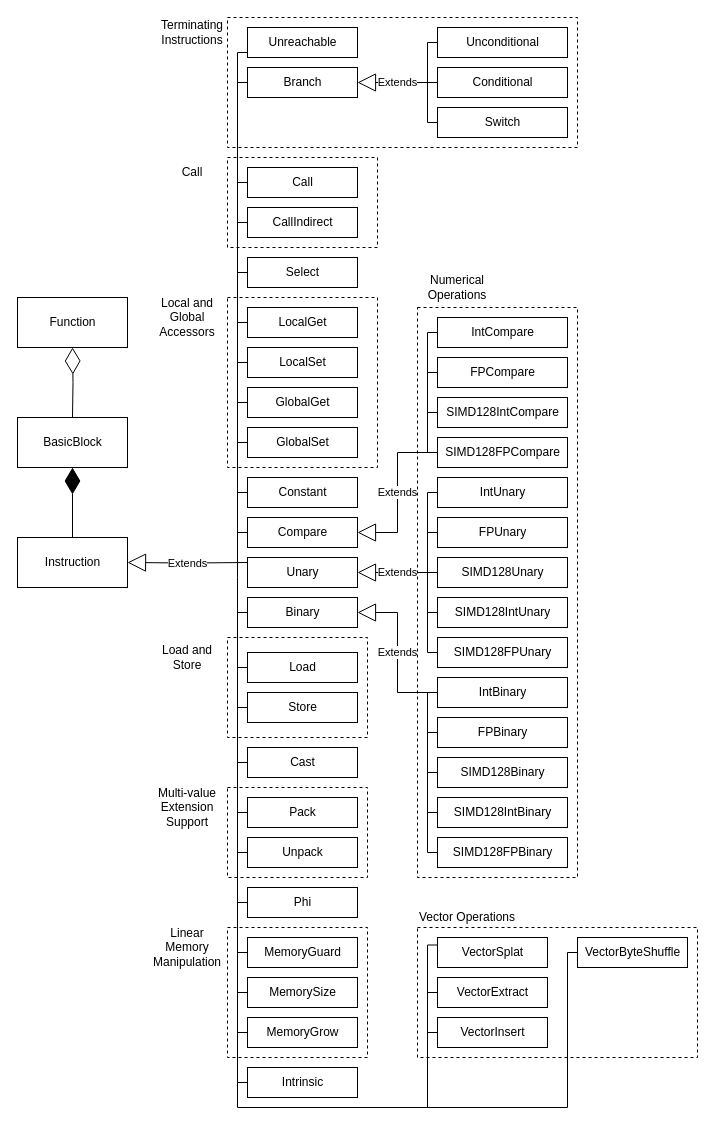
NineKa/sable-wasm-thesis keeps this draw.io diagram as Images/4.MIR/sablewasm-instruction.drawio. Above is the earlier version. Source tidied: cells renumbered, new cells numbered last; positions are measured from the earlier drawing's top-left corner, leaving out a move shared by most shapes. Both pictures are drawn from the tidied source at 100%, with x=0, y=0 at pixel (17, 17).
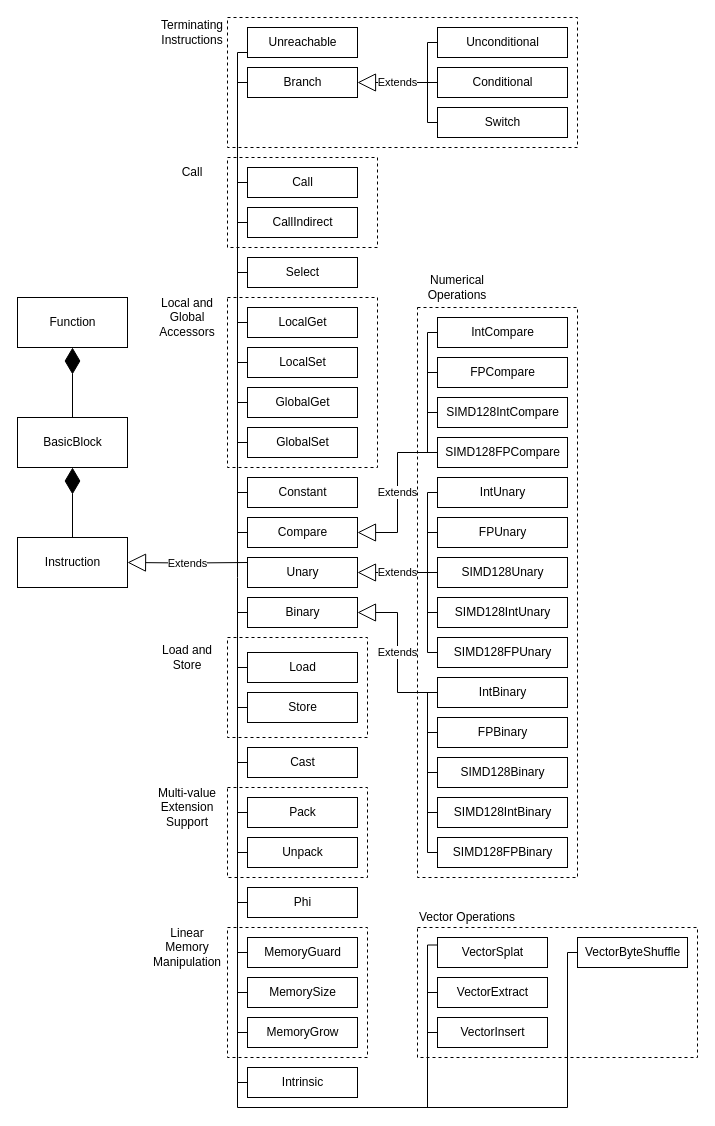
The same diagram, later.

Unchanged cells that the change refers to:
```xml
<mxCell id="90" value="BasicBlock" style="html=1;" parent="1" vertex="1">
  <mxGeometry y="400" width="110" height="50" as="geometry" />
</mxCell>
<mxCell id="92" value="Function" style="html=1;" parent="1" vertex="1">
  <mxGeometry y="280" width="110" height="50" as="geometry" />
</mxCell>
```

Diff of the diagram source:
```diff
@@
-    <mxCell id="93" style="endArrow=diamondThin;endFill=0;endSize=24;html=1;rounded=0;edgeStyle=orthogonalEdgeStyle;entryX=0.5;entryY=1;entryDx=0;entryDy=0;" parent="1" edge="1" target="92">
-      <mxGeometry relative="1" as="geometry">
-        <mxPoint x="55" y="400" as="sourcePoint" />
-      </mxGeometry>
-    </mxCell>
@@
+    <mxCell id="110" style="endArrow=diamondThin;endFill=1;endSize=24;html=1;entryX=0.5;entryY=1;entryDx=0;entryDy=0;exitX=0.5;exitY=0;exitDx=0;exitDy=0;" parent="1" edge="1" source="90" target="92">
+      <mxGeometry relative="1" as="geometry" />
+    </mxCell>
```
